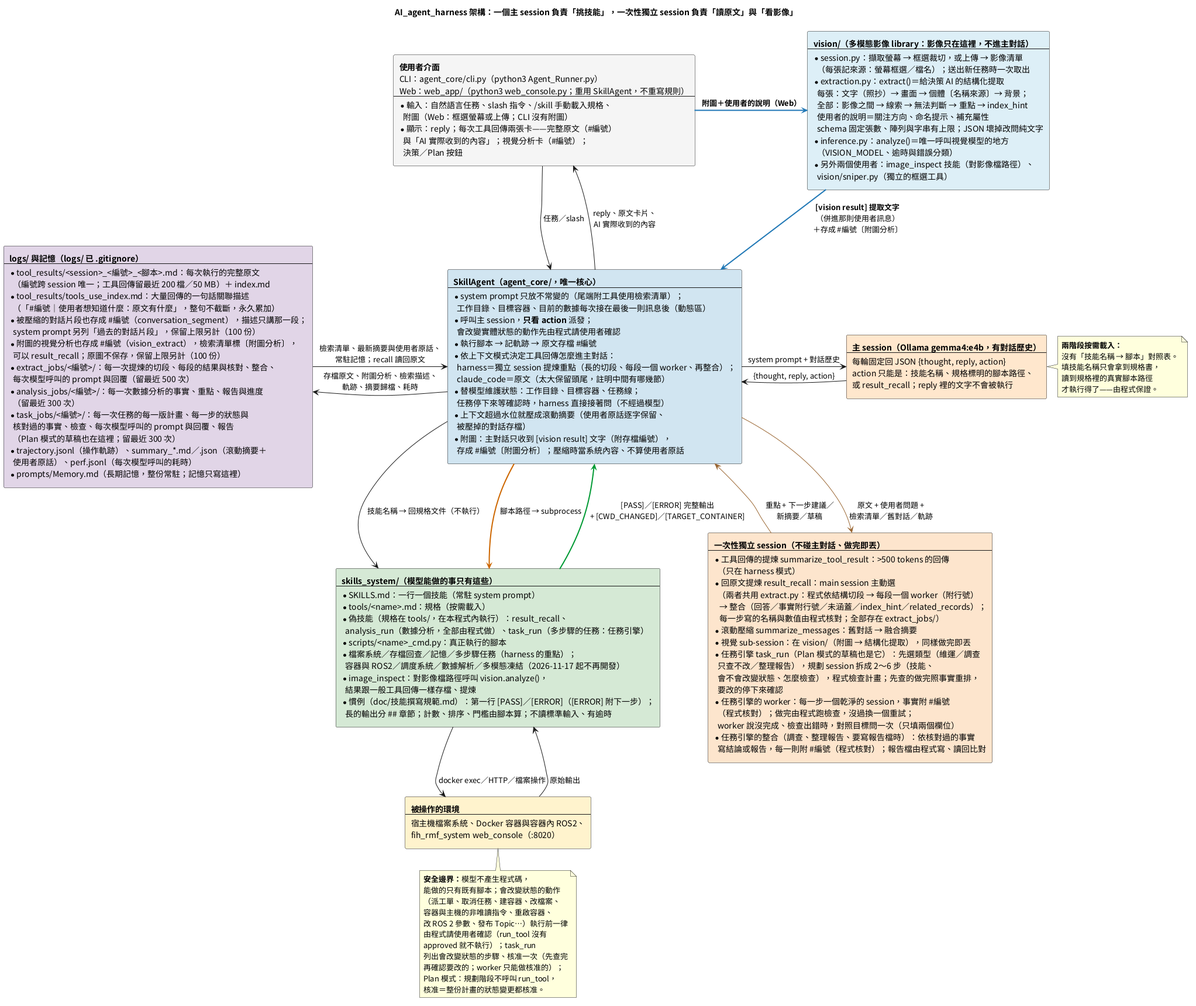
Above: doc/images/AI_agent_harness的說明.png in DavidZox/Coding_agnet (PlantUML), before the change.
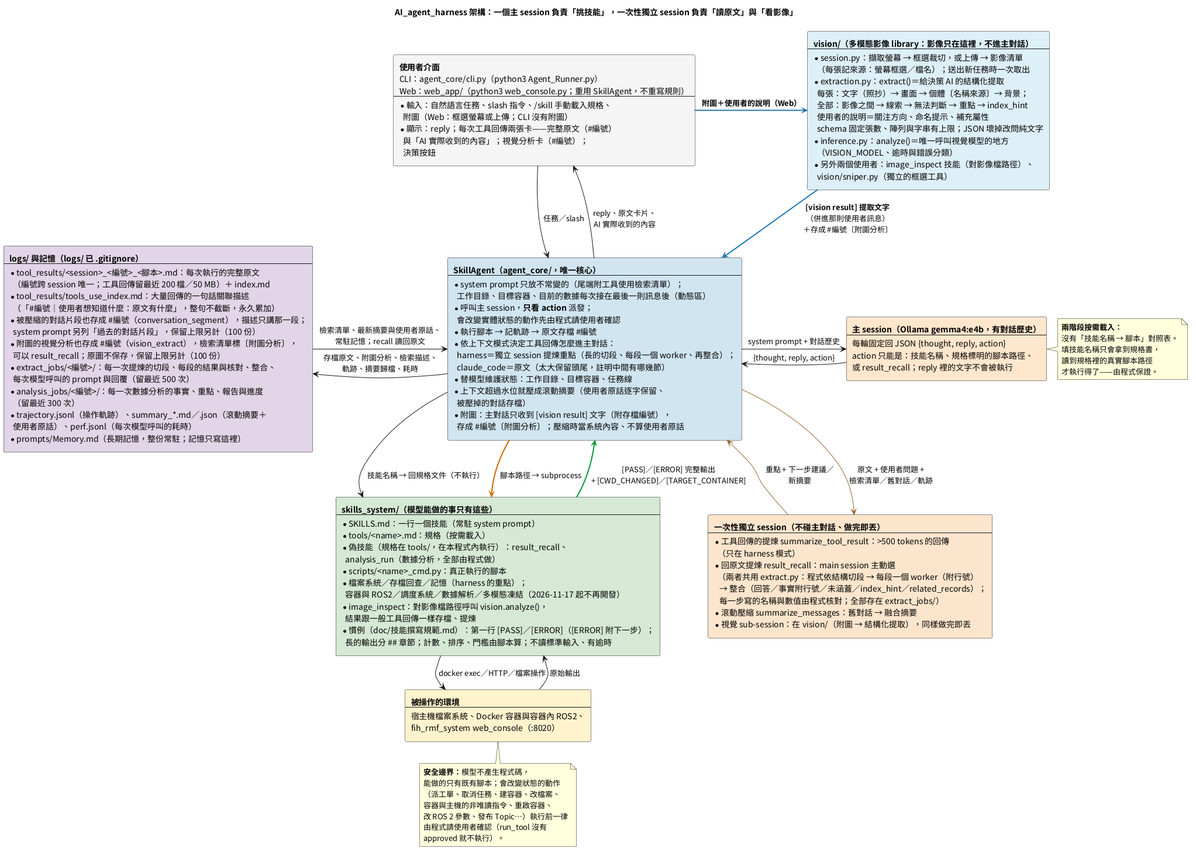
The same diagram one commit later.

Change to the diagram source:
```diff
@@ -16,7 +16,7 @@
     附圖（Web：框選螢幕或上傳；CLI 沒有附圖）
   * 顯示：reply；每次工具回傳兩張卡——完整原文（#編號）
     與「AI 實際收到的內容」；視覺分析卡（#編號）；
-    決策／Plan 按鈕
+    決策按鈕
 ]
 
 rectangle NodeVision #DDEEF6 [
@@ -46,8 +46,7 @@
   * 依上下文模式決定工具回傳怎麼進主對話：
     harness＝獨立 session 提煉重點（長的切段、每段一個 worker、再整合）；
     claude_code＝原文（太大保留頭尾，註明中間有哪幾節）
-  * 替模型維護狀態：工作目錄、目標容器、任務線；
-    任務停下來等確認時，harness 直接接著問（不經過模型）
+  * 替模型維護狀態：工作目錄、目標容器、任務線
   * 上下文超過水位就壓成滾動摘要（使用者原話逐字保留、
     被壓掉的對話存檔）
   * 附圖：主對話只收到 [vision result] 文字（附存檔編號），
@@ -73,15 +72,6 @@
      每一步寫的名稱與數值由程式核對；全部存在 extract_jobs/）
   * 滾動壓縮 summarize_messages：舊對話 → 融合摘要
   * 視覺 sub-session：在 vision/（附圖 → 結構化提取），同樣做完即丟
-  * 任務引擎 task_run（Plan 模式的草稿也是它）：先選類型（維運／調查
-    只查不改／整理報告），規劃 session 拆成 2～6 步（技能、
-    會不會改變狀態、怎麼檢查），程式檢查計畫；先查的做完照事實重排，
-    要改的停下來確認
-  * 任務引擎的 worker：每一步一個乾淨的 session，事實附 #編號
-    （程式核對）；做完由程式跑檢查，沒過換一個重試；
-    worker 說沒完成、檢查出錯時，對照目標問一次（只填兩個欄位）
-  * 任務引擎的整合（調查、整理報告、要寫報告檔時）：依核對過的事實
-    寫結論或報告，每一則附 #編號（程式核對）；報告檔由程式寫、讀回比對
 ]
 
 rectangle NodeSkills #D5E8D4 [
@@ -90,9 +80,9 @@
   * SKILLS.md：一行一個技能（常駐 system prompt）
   * tools/<name>.md：規格（按需載入）
   * 偽技能（規格在 tools/，在本程式內執行）：result_recall、
-    analysis_run（數據分析，全部由程式做）、task_run（多步驟的任務：任務引擎）
+    analysis_run（數據分析，全部由程式做）
   * scripts/<name>_cmd.py：真正執行的腳本
-  * 檔案系統／存檔回查／記憶／多步驟任務（harness 的重點）；
+  * 檔案系統／存檔回查／記憶（harness 的重點）；
     容器與 ROS2／調度系統／數據解析／多模態凍結（2026-11-17 起不再開發）
   * image_inspect：對影像檔路徑呼叫 vision.analyze()，
     結果跟一般工具回傳一樣存檔、提煉
@@ -122,9 +112,6 @@
     每次模型呼叫的 prompt 與回覆（留最近 500 次）
   * analysis_jobs/<編號>/：每一次數據分析的事實、重點、報告與進度
     （留最近 300 次）
-  * task_jobs/<編號>/：每一次任務的每一版計畫、每一步的狀態與
-    核對過的事實、檢查、每次模型呼叫的 prompt 與回覆、報告
-    （Plan 模式的草稿也在這裡；留最近 300 次）
   * trajectory.jsonl（操作軌跡）、summary_*.md／.json（滾動摘要＋
     使用者原話）、perf.jsonl（每次模型呼叫的耗時）
   * prompts/Memory.md（長期記憶，整份常駐；記憶只寫這裡）
@@ -135,7 +122,7 @@
 NodeAgent -right-> NodeLLM : system prompt + 對話歷史
 NodeLLM -left-> NodeAgent : {thought, reply, action}
 NodeAgent -[#996633]right-> NodeSub : 原文 + 使用者問題 +\n檢索清單／舊對話／軌跡
-NodeSub -[#996633]left-> NodeAgent : 重點 + 下一步建議／\n新摘要／草稿
+NodeSub -[#996633]left-> NodeAgent : 重點 + 下一步建議／\n新摘要
 NodeUser -[#1F77B4,bold]right-> NodeVision : **附圖＋使用者的說明（Web）**
 NodeVision -[#1F77B4,bold]down-> NodeAgent : **[vision result] 提取文字**\n（併進那則使用者訊息）\n＋存成 #編號〔附圖分析〕
 NodeAgent -down-> NodeSkills : 技能名稱 → 回規格文件（不執行）
@@ -163,11 +150,7 @@
   容器與主機的非唯讀指令、重啟容器、
   改 ROS 2 參數、發布 Topic…）執行前一律
   由程式請使用者確認（run_tool 沒有
-  approved 就不執行）；task_run
-  列出會改變狀態的步驟、核准一次（先查完
-  再確認要改的；worker 只能做核准的）；
-  Plan 模式：規劃階段不呼叫 run_tool，
-  核准＝整份計畫的狀態變更都核准。
+  approved 就不執行）。
 end note
 
 @enduml
```
